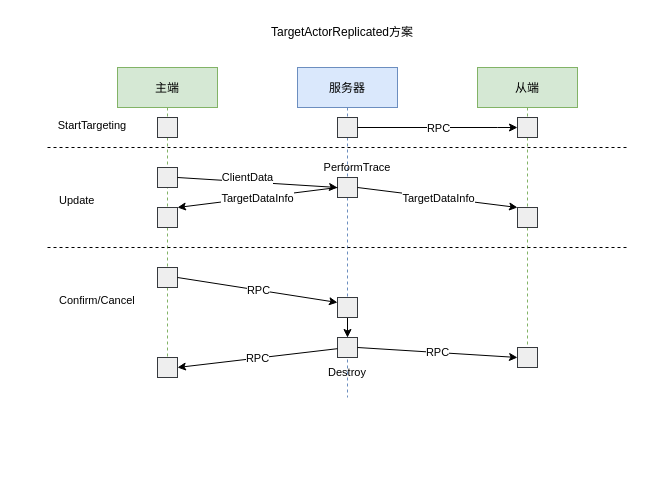
timesdaughter/RayTracing keeps this draw.io diagram as TargetActorReplicated.drawio. Above is the earlier version. Source tidied: cells renumbered, new cells numbered last; positions are measured from the earlier drawing's top-left corner, leaving out a move shared by most shapes. Both pictures are drawn from the tidied source at 100%, with x=0, y=0 at pixel (47, 17).
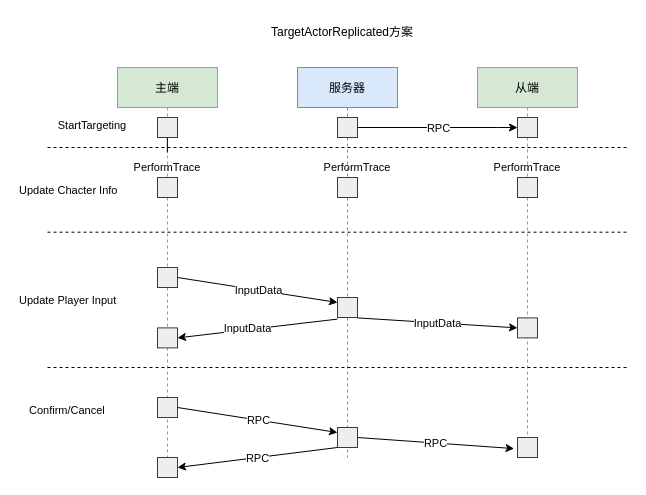
Above is the later version.

Unchanged cells that the change refers to:
```xml
<mxCell id="6" style="endArrow=classic;html=1;rounded=0;fontSize=11;entryX=0;entryY=0.25;entryDx=0;entryDy=0;" parent="2" edge="1" target="14">
  <mxGeometry relative="1" as="geometry">
    <mxPoint x="60" y="210" as="sourcePoint" />
  </mxGeometry>
</mxCell>
<mxCell id="10" style="rounded=0;whiteSpace=wrap;html=1;fillColor=#eeeeee;strokeColor=#36393d;" parent="8" vertex="1">
  <mxGeometry x="40" y="110" width="20" height="20" as="geometry" />
</mxCell>
<mxCell id="14" style="rounded=0;whiteSpace=wrap;html=1;fillColor=#eeeeee;strokeColor=#36393d;" parent="8" vertex="1">
  <mxGeometry x="40" y="230" width="20" height="20" as="geometry" />
</mxCell>
```

Diff of the diagram source:
```diff
@@
     <mxCell id="2" value="主端" style="shape=umlLifeline;perimeter=lifelinePerimeter;rounded=0;shadow=0;strokeWidth=1;fillColor=#d5e8d4;strokeColor=#82b366;" parent="1" vertex="1">
-      <mxGeometry x="70" y="50" width="100" height="300" as="geometry" />
+      <mxGeometry x="70" y="50" width="100" height="390" as="geometry" />
     </mxCell>
     <mxCell id="3" style="rounded=0;whiteSpace=wrap;html=1;fillColor=#eeeeee;strokeColor=#36393d;" parent="2" vertex="1">
-      <mxGeometry x="40" y="100" width="20" height="20" as="geometry" />
+      <mxGeometry x="40" y="110" width="20" height="20" as="geometry" />
     </mxCell>
-    <mxCell id="4" style="rounded=0;whiteSpace=wrap;html=1;fillColor=#eeeeee;strokeColor=#36393d;" parent="2" vertex="1">
-      <mxGeometry x="40" y="140" width="20" height="20" as="geometry" />
-    </mxCell>
@@
-    <mxCell id="7" value="RPC" style="edgeLabel;html=1;align=center;verticalAlign=middle;fontSize=11;" parent="6" vertex="1">
+    <mxCell id="7" value="InputData" style="edgeLabel;html=1;align=center;verticalAlign=middle;fontSize=11;" parent="6" vertex="1">
       <mxGeometry relative="1" as="geometry" />
     </mxCell>
+    <mxCell id="41" value="&lt;font style=&quot;font-size: 11px;&quot;&gt;PerformTrace&lt;/font&gt;" style="text;html=1;strokeColor=none;fillColor=none;align=center;verticalAlign=middle;whiteSpace=wrap;rounded=0;fontSize=11;" parent="2" vertex="1">
+      <mxGeometry x="30" y="90" width="40" height="20" as="geometry" />
+    </mxCell>
+    <mxCell id="42" style="rounded=0;whiteSpace=wrap;html=1;fillColor=#eeeeee;strokeColor=#36393d;" parent="2" vertex="1">
+      <mxGeometry x="40" y="330" width="20" height="20" as="geometry" />
+    </mxCell>
+    <mxCell id="43" style="endArrow=classic;html=1;rounded=0;entryX=0;entryY=0.25;entryDx=0;entryDy=0;" parent="2" edge="1" target="45">
+      <mxGeometry relative="1" as="geometry">
+        <mxPoint x="60" y="340" as="sourcePoint" />
+      </mxGeometry>
+    </mxCell>
+    <mxCell id="44" value="RPC" style="edgeLabel;html=1;align=center;verticalAlign=middle;" parent="43" vertex="1">
+      <mxGeometry relative="1" as="geometry" />
+    </mxCell>
     <mxCell id="8" value="服务器" style="shape=umlLifeline;perimeter=lifelinePerimeter;rounded=0;shadow=0;strokeWidth=1;fillColor=#dae8fc;strokeColor=#6c8ebf;" parent="1" vertex="1">
-      <mxGeometry x="250" y="50" width="100" height="330" as="geometry" />
+      <mxGeometry x="250" y="50" width="100" height="390" as="geometry" />
     </mxCell>
@@
-    <mxCell id="11" style="endArrow=classic;html=1;rounded=0;fontSize=11;" parent="8" edge="1">
-      <mxGeometry relative="1" as="geometry">
-        <mxPoint x="60" y="120" as="sourcePoint" />
-        <mxPoint x="220" y="140" as="targetPoint" />
-      </mxGeometry>
-    </mxCell>
-    <mxCell id="12" value="TargetDataInfo" style="edgeLabel;html=1;align=center;verticalAlign=middle;fontSize=11;" parent="11" vertex="1">
-      <mxGeometry relative="1" as="geometry" />
-    </mxCell>
-    <mxCell id="13" style="edgeStyle=orthogonalEdgeStyle;rounded=0;jettySize=auto;html=1;exitX=0.5;exitY=1;exitDx=0;exitDy=0;entryX=0.5;entryY=0;entryDx=0;entryDy=0;fontSize=11;" parent="8" edge="1" source="14" target="15">
-      <mxGeometry relative="1" as="geometry" />
-    </mxCell>
@@
-    <mxCell id="15" style="rounded=0;whiteSpace=wrap;html=1;fillColor=#eeeeee;strokeColor=#36393d;" parent="8" vertex="1">
-      <mxGeometry x="40" y="270" width="20" height="20" as="geometry" />
-    </mxCell>
@@
-    <mxCell id="17" value="Destroy" style="text;html=1;strokeColor=none;fillColor=none;align=center;verticalAlign=middle;whiteSpace=wrap;rounded=0;fontSize=11;" parent="8" vertex="1">
-      <mxGeometry x="20" y="290" width="60" height="30" as="geometry" />
-    </mxCell>
     <mxCell id="18" style="endArrow=classic;html=1;rounded=0;fontSize=11;entryX=0;entryY=0.5;entryDx=0;entryDy=0;" parent="8" edge="1" target="24">
       <mxGeometry relative="1" as="geometry">
-        <mxPoint x="60" y="280" as="sourcePoint" />
+        <mxPoint x="60" y="250.4" as="sourcePoint" />
       </mxGeometry>
     </mxCell>
-    <mxCell id="19" value="RPC" style="edgeLabel;html=1;align=center;verticalAlign=middle;fontSize=11;" parent="18" vertex="1">
+    <mxCell id="19" value="InputData" style="edgeLabel;html=1;align=center;verticalAlign=middle;fontSize=11;" parent="18" vertex="1">
       <mxGeometry relative="1" as="geometry" />
     </mxCell>
@@
+    <mxCell id="45" style="rounded=0;whiteSpace=wrap;html=1;fillColor=#eeeeee;strokeColor=#36393d;" parent="8" vertex="1">
+      <mxGeometry x="40" y="360" width="20" height="20" as="geometry" />
+    </mxCell>
     <mxCell id="22" value="从端" style="shape=umlLifeline;perimeter=lifelinePerimeter;rounded=0;shadow=0;strokeWidth=1;fillColor=#d5e8d4;strokeColor=#82b366;" parent="1" vertex="1">
-      <mxGeometry x="430" y="50" width="100" height="300" as="geometry" />
+      <mxGeometry x="430" y="50" width="100" height="390" as="geometry" />
     </mxCell>
     <mxCell id="23" style="rounded=0;whiteSpace=wrap;html=1;fillColor=#eeeeee;strokeColor=#36393d;" parent="22" vertex="1">
-      <mxGeometry x="40" y="140" width="20" height="20" as="geometry" />
+      <mxGeometry x="40" y="110" width="20" height="20" as="geometry" />
     </mxCell>
     <mxCell id="24" style="rounded=0;whiteSpace=wrap;html=1;fillColor=#eeeeee;strokeColor=#36393d;" parent="22" vertex="1">
-      <mxGeometry x="40" y="280" width="20" height="20" as="geometry" />
+      <mxGeometry x="40" y="250.4" width="20" height="20" as="geometry" />
     </mxCell>
@@
+    <mxCell id="46" value="&lt;font style=&quot;font-size: 11px;&quot;&gt;PerformTrace&lt;/font&gt;" style="text;html=1;strokeColor=none;fillColor=none;align=center;verticalAlign=middle;whiteSpace=wrap;rounded=0;fontSize=11;" parent="22" vertex="1">
+      <mxGeometry x="30" y="90" width="40" height="20" as="geometry" />
+    </mxCell>
+    <mxCell id="47" style="endArrow=none;dashed=1;html=1;rounded=0;fontSize=11;" parent="22" edge="1">
+      <mxGeometry relative="1" as="geometry">
+        <mxPoint x="-430" y="300" as="sourcePoint" />
+        <mxPoint x="150" y="300" as="targetPoint" />
+      </mxGeometry>
+    </mxCell>
+    <mxCell id="48" style="rounded=0;whiteSpace=wrap;html=1;fillColor=#eeeeee;strokeColor=#36393d;" parent="22" vertex="1">
+      <mxGeometry x="40" y="370" width="20" height="20" as="geometry" />
+    </mxCell>
@@
-    <mxCell id="31" style="endArrow=classic;html=1;rounded=0;fontSize=11;entryX=0;entryY=0.5;entryDx=0;entryDy=0;" parent="1" edge="1" target="10">
-      <mxGeometry relative="1" as="geometry">
-        <mxPoint x="130" y="160" as="sourcePoint" />
-      </mxGeometry>
-    </mxCell>
-    <mxCell id="32" value="ClientData" style="edgeLabel;html=1;align=center;verticalAlign=middle;fontSize=11;" parent="31" vertex="1">
-      <mxGeometry relative="1" as="geometry">
-        <mxPoint x="-10" y="-5" as="offset" />
-      </mxGeometry>
-    </mxCell>
-    <mxCell id="33" style="endArrow=classic;html=1;rounded=0;fontSize=11;entryX=1;entryY=0;entryDx=0;entryDy=0;" parent="1" edge="1" target="4">
-      <mxGeometry relative="1" as="geometry">
-        <mxPoint x="290" y="170" as="sourcePoint" />
-      </mxGeometry>
-    </mxCell>
-    <mxCell id="34" value="TargetDataInfo" style="edgeLabel;html=1;align=center;verticalAlign=middle;fontSize=11;" parent="33" vertex="1">
-      <mxGeometry relative="1" as="geometry" />
-    </mxCell>
-    <mxCell id="35" value="&lt;div style=&quot;text-align: center;&quot;&gt;&lt;span style=&quot;background-color: initial;&quot;&gt;Update&lt;/span&gt;&lt;/div&gt;" style="text;whiteSpace=wrap;html=1;fontSize=11;" parent="1" vertex="1">
-      <mxGeometry x="10" y="170" width="50" height="40" as="geometry" />
+    <mxCell id="35" value="&lt;div style=&quot;text-align: center;&quot;&gt;&lt;span style=&quot;background-color: initial;&quot;&gt;Update Chacter Info&lt;/span&gt;&lt;/div&gt;" style="text;whiteSpace=wrap;html=1;fontSize=11;" parent="1" vertex="1">
+      <mxGeometry x="-30" y="160" width="110" height="20" as="geometry" />
     </mxCell>
-    <mxCell id="36" style="endArrow=none;dashed=1;html=1;rounded=0;fontSize=11;" parent="1" edge="1">
-      <mxGeometry relative="1" as="geometry">
-        <mxPoint y="230" as="sourcePoint" />
-        <mxPoint x="580" y="230" as="targetPoint" />
-      </mxGeometry>
-    </mxCell>
-    <mxCell id="37" value="&lt;div style=&quot;text-align: center;&quot;&gt;Confirm/Cancel&lt;/div&gt;" style="text;whiteSpace=wrap;html=1;fontSize=11;" parent="1" vertex="1">
-      <mxGeometry x="10" y="270" width="90" height="20" as="geometry" />
+    <mxCell id="37" value="&lt;div style=&quot;text-align: center;&quot;&gt;Update Player Input&lt;/div&gt;" style="text;whiteSpace=wrap;html=1;fontSize=11;" parent="1" vertex="1">
+      <mxGeometry x="-30" y="270" width="130" height="20" as="geometry" />
     </mxCell>
     <mxCell id="38" style="rounded=0;whiteSpace=wrap;html=1;fillColor=#eeeeee;strokeColor=#36393d;" parent="1" vertex="1">
-      <mxGeometry x="110" y="340" width="20" height="20" as="geometry" />
+      <mxGeometry x="110" y="310.4" width="20" height="20" as="geometry" />
     </mxCell>
-    <mxCell id="39" style="endArrow=classic;html=1;rounded=0;fontSize=11;entryX=1;entryY=0.5;entryDx=0;entryDy=0;" parent="1" edge="1" source="15" target="38">
-      <mxGeometry relative="1" as="geometry" />
+    <mxCell id="39" style="endArrow=classic;html=1;rounded=0;fontSize=11;entryX=1;entryY=0.5;entryDx=0;entryDy=0;" parent="1" edge="1" target="38">
+      <mxGeometry relative="1" as="geometry">
+        <mxPoint x="290" y="301.6" as="sourcePoint" />
+      </mxGeometry>
     </mxCell>
-    <mxCell id="40" value="RPC" style="edgeLabel;html=1;align=center;verticalAlign=middle;fontSize=11;" parent="39" vertex="1">
-      <mxGeometry relative="1" as="geometry" />
+    <mxCell id="40" value="InputData" style="edgeLabel;html=1;align=center;verticalAlign=middle;fontSize=11;" parent="39" vertex="1">
+      <mxGeometry relative="1" as="geometry">
+        <mxPoint x="-10" y="-1" as="offset" />
+      </mxGeometry>
     </mxCell>
+    <mxCell id="36" style="endArrow=none;dashed=1;html=1;rounded=0;fontSize=11;" parent="1" edge="1">
+      <mxGeometry relative="1" as="geometry">
+        <mxPoint y="214.7" as="sourcePoint" />
+        <mxPoint x="580" y="214.7" as="targetPoint" />
+      </mxGeometry>
+    </mxCell>
+    <mxCell id="49" value="&lt;div style=&quot;text-align: center;&quot;&gt;Confirm/Cancel&lt;/div&gt;" style="text;whiteSpace=wrap;html=1;fontSize=11;" parent="1" vertex="1">
+      <mxGeometry x="-20" y="380" width="130" height="20" as="geometry" />
+    </mxCell>
+    <mxCell id="50" style="rounded=0;whiteSpace=wrap;html=1;fillColor=#eeeeee;strokeColor=#36393d;" parent="1" vertex="1">
+      <mxGeometry x="110" y="440" width="20" height="20" as="geometry" />
+    </mxCell>
+    <mxCell id="51" style="endArrow=classic;html=1;rounded=0;entryX=-0.171;entryY=0.555;entryDx=0;entryDy=0;entryPerimeter=0;exitX=1;exitY=0.5;exitDx=0;exitDy=0;" parent="1" edge="1" source="45" target="48">
+      <mxGeometry relative="1" as="geometry" />
+    </mxCell>
+    <mxCell id="52" value="RPC" style="edgeLabel;html=1;align=center;verticalAlign=middle;" parent="51" vertex="1">
+      <mxGeometry relative="1" as="geometry" />
+    </mxCell>
+    <mxCell id="53" style="endArrow=classic;html=1;rounded=0;entryX=1;entryY=0.5;entryDx=0;entryDy=0;exitX=0;exitY=1;exitDx=0;exitDy=0;" parent="1" edge="1" source="45" target="50">
+      <mxGeometry relative="1" as="geometry" />
+    </mxCell>
+    <mxCell id="54" value="RPC" style="edgeLabel;html=1;align=center;verticalAlign=middle;" parent="53" vertex="1">
+      <mxGeometry relative="1" as="geometry" />
+    </mxCell>
```
